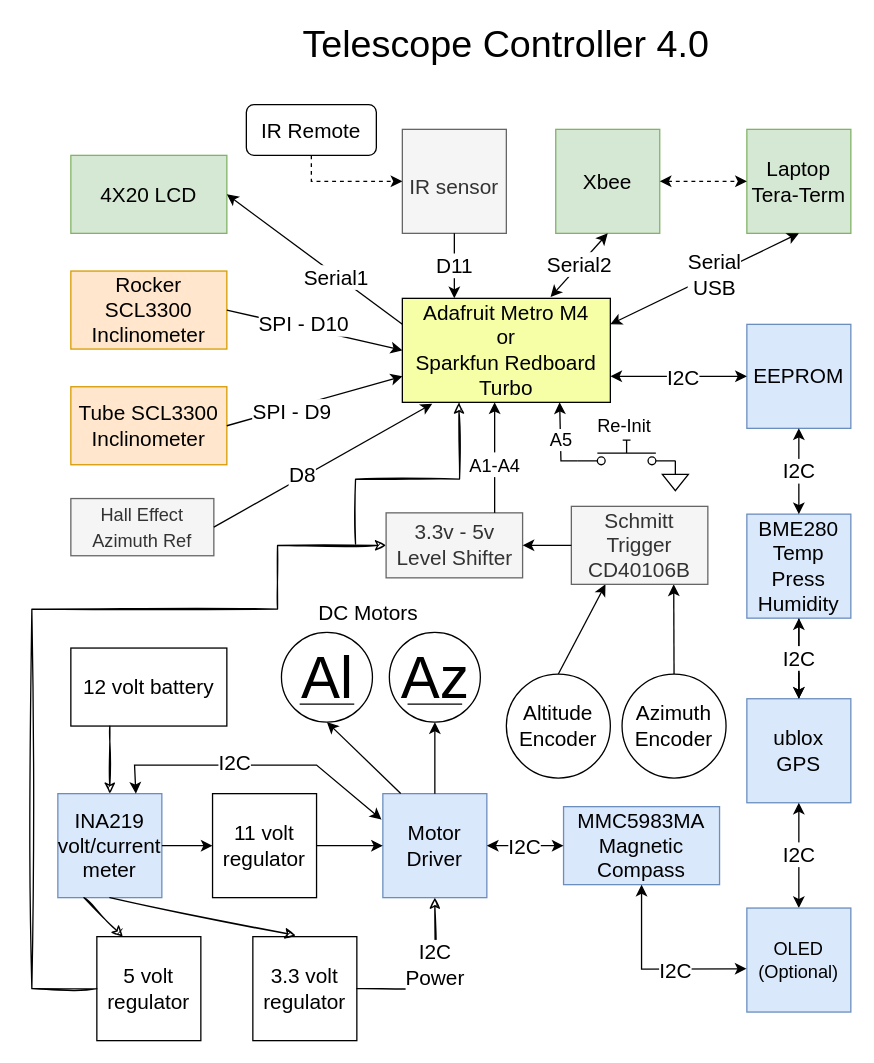
Earlier version of the draw.io diagram TelescopeController4_0.drawio (DavidArmstrong/SAMDTelescopeController). Source tidied: cells renumbered, new cells numbered last; positions are measured from the earlier drawing's top-left corner, leaving out a move shared by most shapes. Both pictures are drawn from the tidied source at 130%, with x=0, y=0 at pixel (31, 25).
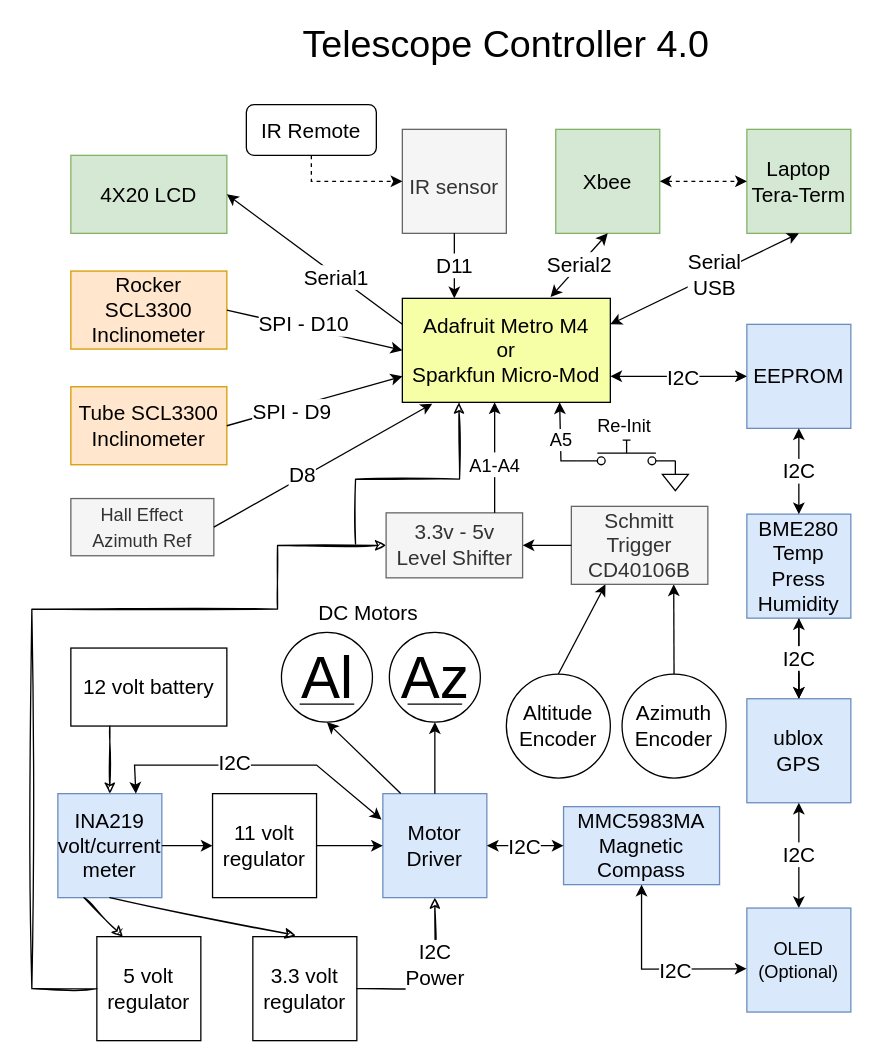
After the change.

Diff of the diagram source:
```diff
@@
-    <mxCell id="2" value="&lt;font style=&quot;font-size: 16px;&quot;&gt;Adafruit Metro M4&lt;br&gt;or&lt;br&gt;Sparkfun Redboard Turbo&lt;/font&gt;" style="rounded=0;whiteSpace=wrap;html=1;fillColor=#F6FFA6;" parent="1" vertex="1">
+    <mxCell id="2" value="&lt;font style=&quot;font-size: 16px;&quot;&gt;Adafruit Metro M4&lt;br&gt;or&lt;br&gt;Sparkfun Micro-Mod&lt;/font&gt;" style="rounded=0;whiteSpace=wrap;html=1;fillColor=#F6FFA6;" parent="1" vertex="1">
       <mxGeometry x="285" y="210" width="160" height="80" as="geometry" />
     </mxCell>
```
